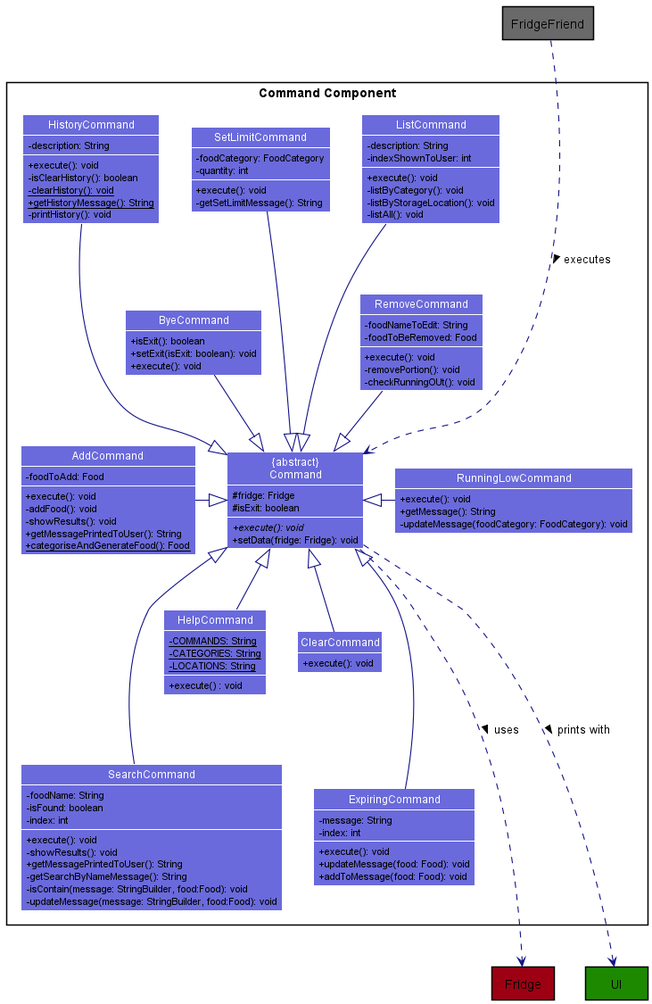
Above: docs/diagrams/diagram_images/CommandClassDiagram.png in nus-cs2113-AY2021S2/tp (PlantUML), before the change.
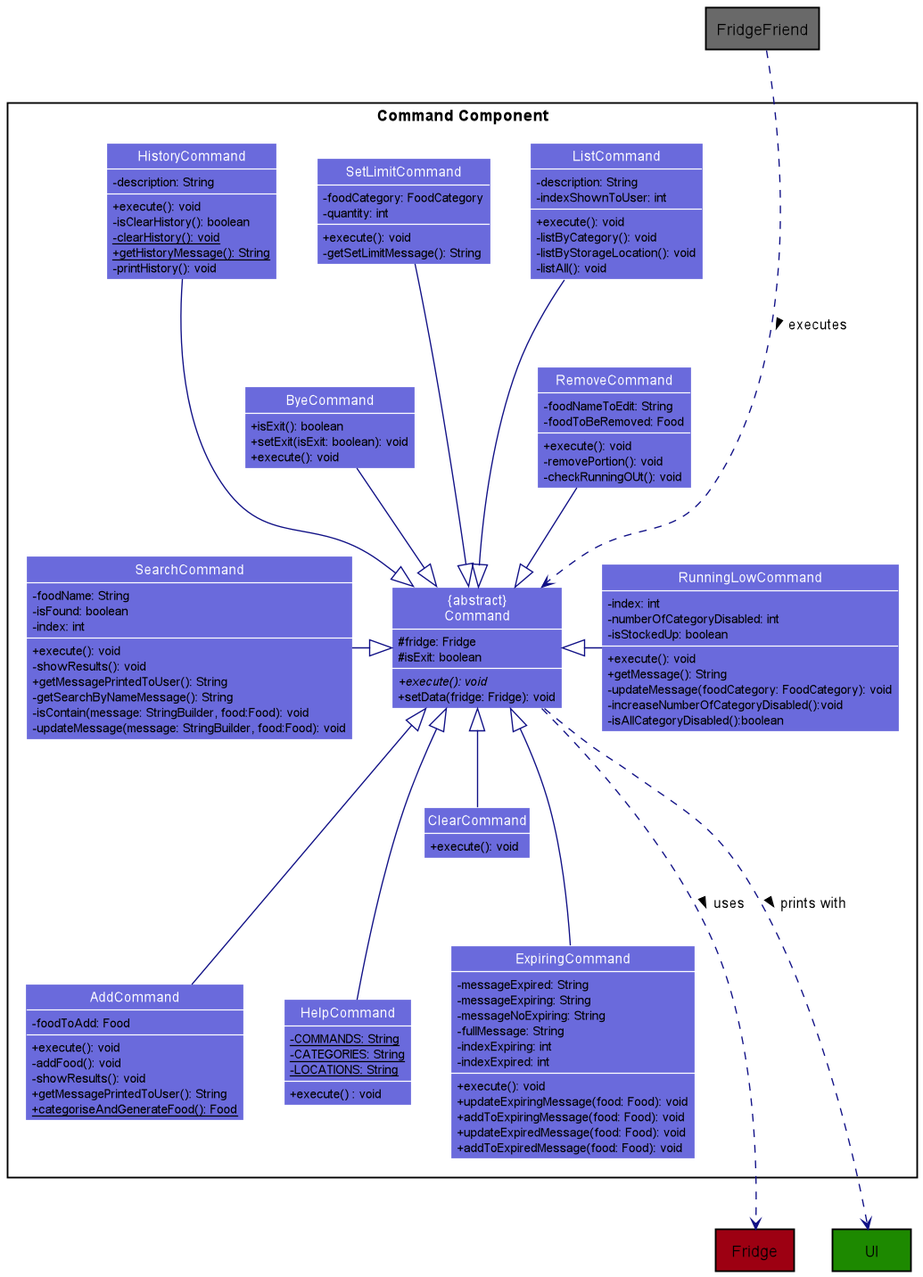
The same file after the commit.

Diff of the diagram source:
```diff
@@ -101,17 +101,28 @@
 }
 
 class RunningLowCommand {
+  -index: int
+  -numberOfCategoryDisabled: int
+  -isStockedUp: boolean
   +execute(): void
   +getMessage(): String
   -updateMessage(foodCategory: FoodCategory): void
+  -increaseNumberOfCategoryDisabled():void
+  -isAllCategoryDisabled():boolean
 }
 
 class ExpiringCommand {
-  -message: String
-  -index: int
+  -messageExpired: String
+  -messageExpiring: String
+  -messageNoExpiring: String
+  -fullMessage: String
+  -indexExpiring: int
+  -indexExpired: int
   +execute(): void
-  +updateMessage(food: Food): void
-  +addToMessage(food: Food): void
+  +updateExpiringMessage(food: Food): void
+  +addToExpiringMessage(food: Food): void
+  +updateExpiredMessage(food: Food): void
+  +addToExpiredMessage(food: Food): void
 }
 
 class HistoryCommand {
@@ -126,13 +137,13 @@
 Command ---.down> Fridge: uses >
 Command ---.down> UI: prints with >
 FridgeFriend ---.down> Command: executes >
-AddCommand --right|> Command
+AddCommand ---up|> Command
 RemoveCommand --down|> Command
 ListCommand ---down|> Command
-SearchCommand ---up|> Command
+SearchCommand ---right|> Command
 SetLimitCommand ---down|> Command
-HelpCommand --up|> Command
 ClearCommand --up|> Command
+HelpCommand ---up|> Command
 ByeCommand --down|> Command
 RunningLowCommand --left|> Command
 ExpiringCommand ---up|> Command
```
